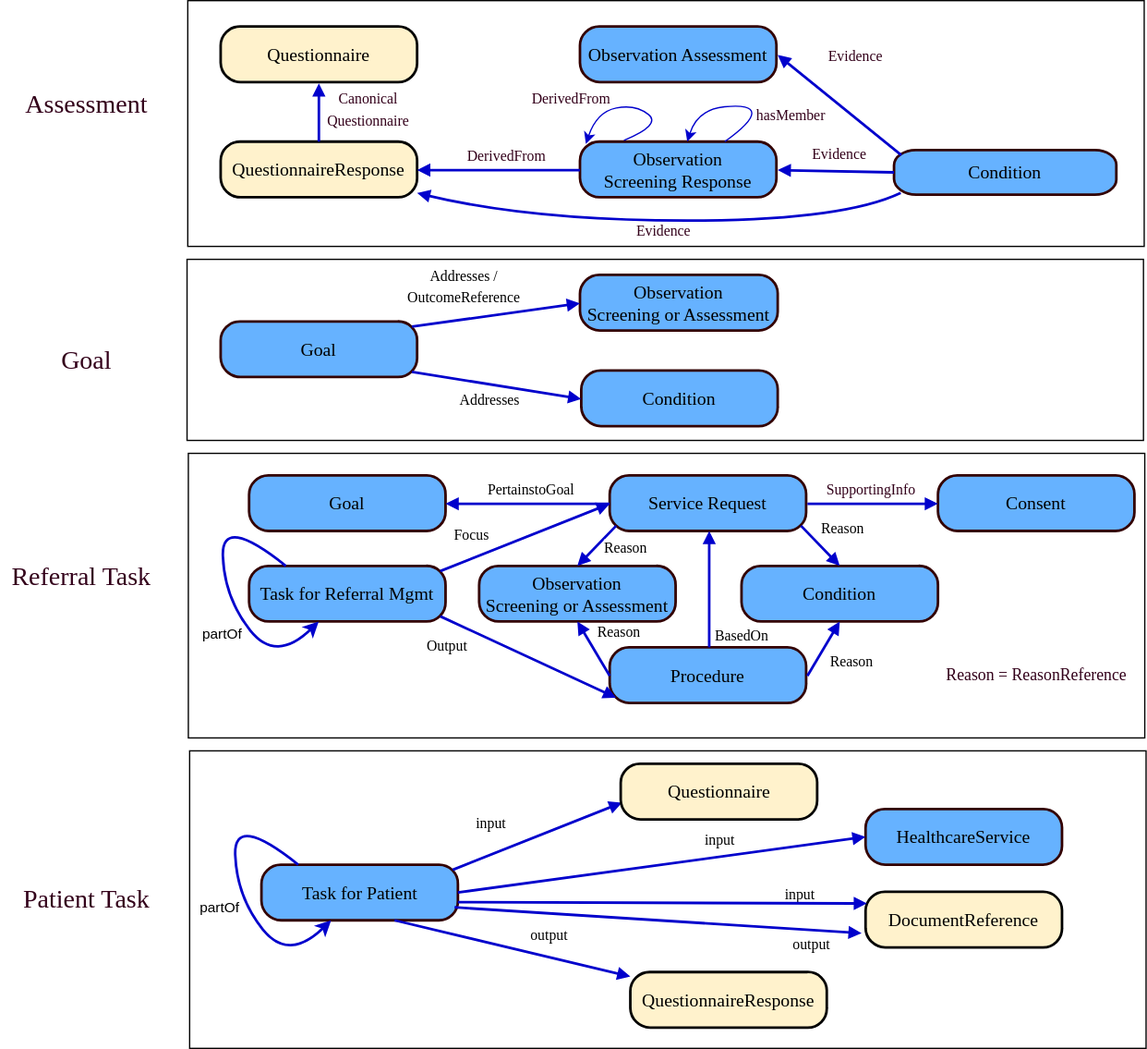
Before: input/images/FHIRModelingV2.svg, a diagram exported from draw.io (HL7/fhir-sdoh-clinicalcare). Source tidied: cells renumbered, new cells last; positions are measured from the earlier drawing's top-left corner, leaving out a move shared by most shapes.
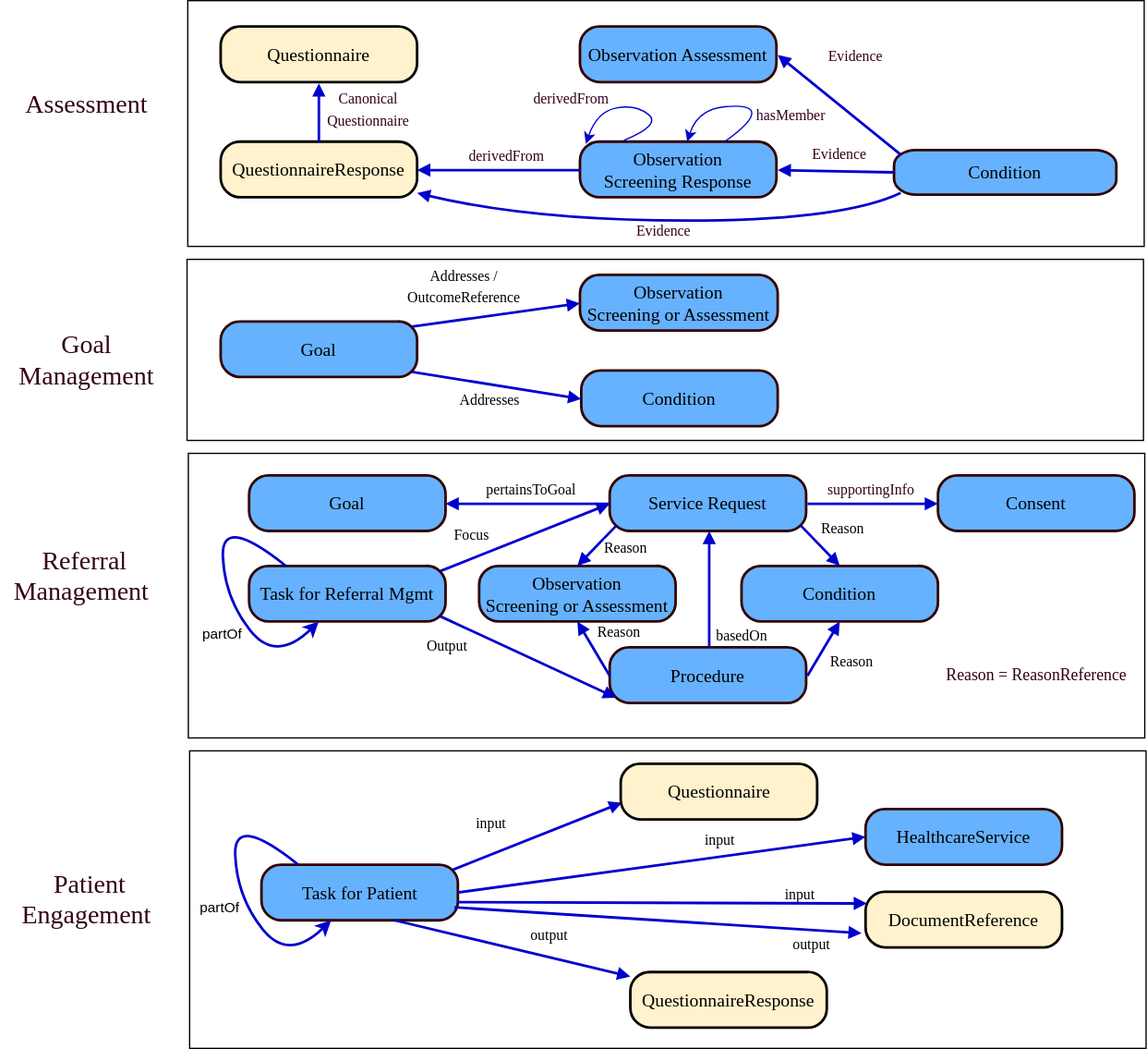
The same file after the commit.

Commit message:
diagram changes per Lloyd

Diff of the diagram source:
```diff
@@ -23,7 +23,7 @@
     <mxCell id="8" value="&lt;div style=&quot;font-size: 1px&quot;&gt;&lt;font style=&quot;font-size:14.11px;font-family:Calibri;color:#000000;direction:ltr;letter-spacing:0px;line-height:120%;opacity:1&quot;&gt;Task for Referral Mgmt&lt;br&gt;&lt;/font&gt;&lt;/div&gt;" style="verticalAlign=middle;align=center;vsdxID=25;fillColor=#66B2FF;gradientColor=none;shape=(stored shape, 328 characters);strokeColor=#330000;strokeWidth=2;points=[[0,0.5,0],[1,0.5,0],[0.5,1,0],[0.5,0,0],[0.03,0.04,0],[0.97,0.04,0],[0.03,0.96,0],[0.97,0.96,0]];labelBackgroundColor=none;rounded=0;html=1;whiteSpace=wrap;" parent="1" vertex="1">
       <mxGeometry x="192" y="437" width="152" height="43" as="geometry" />
     </mxCell>
-    <mxCell id="9" value="&lt;div style=&quot;font-size: 20px;&quot;&gt;&lt;font style=&quot;font-size: 20px; font-family: Calibri; direction: ltr; letter-spacing: 0px; line-height: 120%; opacity: 1;&quot;&gt;Referral Task&amp;nbsp;&lt;br style=&quot;font-size: 20px;&quot;&gt;&lt;/font&gt;&lt;/div&gt;" style="verticalAlign=middle;align=center;vsdxID=91;fillColor=none;gradientColor=none;shape=(stored shape, 160 characters);strokeColor=none;labelBackgroundColor=none;rounded=0;html=1;whiteSpace=wrap;fontSize=20;fontColor=#33001A;" parent="1" vertex="1">
+    <mxCell id="9" value="&lt;div style=&quot;font-size: 20px;&quot;&gt;&lt;font style=&quot;font-size: 20px; font-family: Calibri; direction: ltr; letter-spacing: 0px; line-height: 120%; opacity: 1;&quot;&gt;Referral Management&amp;nbsp;&lt;br style=&quot;font-size: 20px;&quot;&gt;&lt;/font&gt;&lt;/div&gt;" style="verticalAlign=middle;align=center;vsdxID=91;fillColor=none;gradientColor=none;shape=(stored shape, 160 characters);strokeColor=none;labelBackgroundColor=none;rounded=0;html=1;whiteSpace=wrap;fontSize=20;fontColor=#33001A;" parent="1" vertex="1">
       <mxGeometry x="0.4" y="430" width="130" height="28" as="geometry" />
     </mxCell>
     <mxCell id="10" value="&lt;div style=&quot;font-size: 1px&quot;&gt;&lt;font style=&quot;font-size:14.11px;font-family:Calibri;color:#000000;direction:ltr;letter-spacing:0px;line-height:120%;opacity:1&quot;&gt;Observation &lt;br&gt;Screening or Assessment&lt;/font&gt;&lt;/div&gt;" style="verticalAlign=middle;align=center;vsdxID=112;fillColor=#66B2FF;gradientColor=none;shape=(stored shape, 328 characters);strokeColor=#330000;strokeWidth=2;points=[[0,0.5,0],[1,0.5,0],[0.5,1,0],[0.5,0,0],[0.03,0.04,0],[0.97,0.04,0],[0.03,0.96,0],[0.97,0.96,0]];labelBackgroundColor=none;rounded=0;html=1;whiteSpace=wrap;" parent="1" vertex="1">
@@ -81,8 +81,8 @@
         </Array>
       </mxGeometry>
     </mxCell>
-    <mxCell id="24" value="&lt;span style=&quot;color: rgb(0, 0, 0); font-family: Calibri; font-size: 11.29px; background-color: rgb(255, 255, 255);&quot;&gt;BasedOn&lt;/span&gt;" style="text;html=1;align=center;verticalAlign=middle;strokeColor=none;fillColor=none;fontSize=14;fontColor=#33001A;" parent="1" vertex="1">
-      <mxGeometry x="543" y="480" width="60" height="20" as="geometry" />
+    <mxCell id="24" value="&lt;span style=&quot;color: rgb(0, 0, 0); font-family: Calibri; font-size: 11.29px; background-color: rgb(255, 255, 255);&quot;&gt;basedOn&lt;/span&gt;" style="text;html=1;align=center;verticalAlign=middle;strokeColor=none;fillColor=none;fontSize=14;fontColor=#33001A;" parent="1" vertex="1">
+      <mxGeometry x="543" y="475" width="60" height="30" as="geometry" />
     </mxCell>
     <mxCell id="25" value="&lt;span style=&quot;color: rgb(0, 0, 0); font-family: Calibri; font-size: 11.29px; background-color: rgb(255, 255, 255);&quot;&gt;Reason&lt;/span&gt;" style="text;html=1;align=center;verticalAlign=middle;strokeColor=none;fillColor=none;fontSize=14;fontColor=#33001A;" parent="1" vertex="1">
       <mxGeometry x="633" y="500" width="50" height="20" as="geometry" />
@@ -102,11 +102,11 @@
     <mxCell id="30" value="&lt;span style=&quot;color: rgb(0, 0, 0); font-family: Calibri; font-size: 11.29px; background-color: rgb(255, 255, 255);&quot;&gt;Focus&lt;/span&gt;" style="text;html=1;align=center;verticalAlign=middle;strokeColor=none;fillColor=none;fontSize=14;fontColor=#33001A;" parent="1" vertex="1">
       <mxGeometry x="344" y="402" width="40" height="20" as="geometry" />
     </mxCell>
-    <mxCell id="31" value="&lt;span style=&quot;color: rgb(0, 0, 0); font-family: Calibri; font-size: 11.29px; background-color: rgb(255, 255, 255);&quot;&gt;PertainstoGoal&lt;/span&gt;" style="text;html=1;align=center;verticalAlign=middle;strokeColor=none;fillColor=none;fontSize=14;fontColor=#33001A;" parent="1" vertex="1">
-      <mxGeometry x="370" y="367" width="80" height="20" as="geometry" />
+    <mxCell id="31" value="&lt;span style=&quot;color: rgb(0, 0, 0); font-family: Calibri; font-size: 11.29px; background-color: rgb(255, 255, 255);&quot;&gt;pertainsToGoal&lt;/span&gt;" style="text;html=1;align=center;verticalAlign=middle;strokeColor=none;fillColor=none;fontSize=14;fontColor=#33001A;" parent="1" vertex="1">
+      <mxGeometry x="365" y="362" width="90" height="30" as="geometry" />
     </mxCell>
-    <mxCell id="32" value="&lt;span style=&quot;font-family: Calibri; font-size: 11.29px; background-color: rgb(255, 255, 255);&quot;&gt;SupportingInfo&lt;/span&gt;" style="text;html=1;align=center;verticalAlign=middle;strokeColor=none;fillColor=none;fontSize=14;fontColor=#33001A;" parent="1" vertex="1">
-      <mxGeometry x="633" y="367" width="80" height="20" as="geometry" />
+    <mxCell id="32" value="&lt;span style=&quot;font-family: Calibri; font-size: 11.29px; background-color: rgb(255, 255, 255);&quot;&gt;supportingInfo&lt;/span&gt;" style="text;html=1;align=center;verticalAlign=middle;strokeColor=none;fillColor=none;fontSize=14;fontColor=#33001A;" parent="1" vertex="1">
+      <mxGeometry x="628" y="362" width="90" height="30" as="geometry" />
     </mxCell>
     <mxCell id="33" style="rounded=0;whiteSpace=wrap;html=1;fillColor=none;" parent="1" vertex="1">
       <mxGeometry x="146" y="580" width="740" height="230" as="geometry" />
@@ -114,7 +114,7 @@
     <mxCell id="34" value="&lt;div style=&quot;font-size: 1px&quot;&gt;&lt;font style=&quot;font-size:14.11px;font-family:Calibri;color:#000000;direction:ltr;letter-spacing:0px;line-height:120%;opacity:1&quot;&gt;Task for Patient&lt;br&gt;&lt;/font&gt;&lt;/div&gt;" style="verticalAlign=middle;align=center;vsdxID=25;fillColor=#66B2FF;gradientColor=none;shape=(stored shape, 328 characters);strokeColor=#330000;strokeWidth=2;points=[[0,0.5,0],[1,0.5,0],[0.5,1,0],[0.5,0,0],[0.03,0.04,0],[0.97,0.04,0],[0.03,0.96,0],[0.97,0.96,0]];labelBackgroundColor=none;rounded=0;html=1;whiteSpace=wrap;" parent="1" vertex="1">
       <mxGeometry x="201.6" y="668" width="152" height="43" as="geometry" />
     </mxCell>
-    <mxCell id="35" value="&lt;div style=&quot;font-size: 20px;&quot;&gt;&lt;font style=&quot;font-size: 20px; font-family: Calibri; direction: ltr; letter-spacing: 0px; line-height: 120%; opacity: 1;&quot;&gt;Patient Task&amp;nbsp;&lt;br style=&quot;font-size: 20px;&quot;&gt;&lt;/font&gt;&lt;/div&gt;" style="verticalAlign=middle;align=center;vsdxID=91;fillColor=none;gradientColor=none;shape=(stored shape, 160 characters);strokeColor=none;labelBackgroundColor=none;rounded=0;html=1;whiteSpace=wrap;fontSize=20;fontColor=#33001A;" parent="1" vertex="1">
+    <mxCell id="35" value="&lt;div style=&quot;font-size: 20px;&quot;&gt;&lt;font style=&quot;font-size: 20px; font-family: Calibri; direction: ltr; letter-spacing: 0px; line-height: 120%; opacity: 1;&quot;&gt;Patient Engagement&amp;nbsp;&lt;br style=&quot;font-size: 20px;&quot;&gt;&lt;/font&gt;&lt;/div&gt;" style="verticalAlign=middle;align=center;vsdxID=91;fillColor=none;gradientColor=none;shape=(stored shape, 160 characters);strokeColor=none;labelBackgroundColor=none;rounded=0;html=1;whiteSpace=wrap;fontSize=20;fontColor=#33001A;" parent="1" vertex="1">
       <mxGeometry x="4.2" y="680" width="130" height="28" as="geometry" />
     </mxCell>
     <mxCell id="36" value="&lt;div style=&quot;font-size: 1px&quot;&gt;&lt;font style=&quot;font-size:11.29px;font-family:Calibri;color:#000000;direction:ltr;letter-spacing:0px;line-height:120%;opacity:1&quot;&gt;&lt;br&gt;&lt;/font&gt;&lt;/div&gt;" style="vsdxID=26;edgeStyle=none;startArrow=none;endArrow=block;startSize=5;endSize=5;strokeWidth=2;strokeColor=#0000CC;spacingTop=0;spacingBottom=0;spacingLeft=0;spacingRight=0;verticalAlign=middle;html=1;labelBackgroundColor=#ffffff;rounded=0;align=center;exitX=0.9736842105263158;exitY=0.09302325581395349;exitDx=0;exitDy=0;exitPerimeter=0;entryX=0;entryY=0.5116279069767442;entryDx=0;entryDy=0;entryPerimeter=0;" parent="1" edge="1" source="34">
@@ -210,7 +210,7 @@
     <mxCell id="59" value="&lt;div style=&quot;font-size: 1px&quot;&gt;&lt;font style=&quot;font-size:14.11px;font-family:Calibri;color:#000000;direction:ltr;letter-spacing:0px;line-height:120%;opacity:1&quot;&gt;Condition&lt;br/&gt;&lt;/font&gt;&lt;/div&gt;" style="verticalAlign=middle;align=center;vsdxID=102;fillColor=#66B2FF;gradientColor=none;shape=(stored shape, 328 characters);strokeColor=#330000;strokeWidth=2;points=[[0,0.5,0],[1,0.5,0],[0.5,1,0],[0.5,0,0],[0.03,0.04,0],[0.97,0.04,0],[0.03,0.96,0],[0.97,0.96,0]];labelBackgroundColor=none;rounded=0;html=1;whiteSpace=wrap;" parent="1" vertex="1">
       <mxGeometry x="449" y="286" width="152" height="43" as="geometry" />
     </mxCell>
-    <mxCell id="60" value="&lt;div style=&quot;font-size: 20px;&quot;&gt;&lt;font style=&quot;font-size: 20px; font-family: Calibri; direction: ltr; letter-spacing: 0px; line-height: 120%; opacity: 1;&quot;&gt;Goal&lt;br style=&quot;font-size: 20px;&quot;&gt;&lt;/font&gt;&lt;/div&gt;" style="verticalAlign=middle;align=center;vsdxID=109;fillColor=none;gradientColor=none;shape=(stored shape, 160 characters);strokeColor=none;labelBackgroundColor=none;rounded=0;html=1;whiteSpace=wrap;fontSize=20;fontColor=#33001A;" parent="1" vertex="1">
+    <mxCell id="60" value="&lt;div style=&quot;font-size: 20px;&quot;&gt;&lt;font style=&quot;font-size: 20px; font-family: Calibri; direction: ltr; letter-spacing: 0px; line-height: 120%; opacity: 1;&quot;&gt;Goal Management&lt;br style=&quot;font-size: 20px;&quot;&gt;&lt;/font&gt;&lt;/div&gt;" style="verticalAlign=middle;align=center;vsdxID=109;fillColor=none;gradientColor=none;shape=(stored shape, 160 characters);strokeColor=none;labelBackgroundColor=none;rounded=0;html=1;whiteSpace=wrap;fontSize=20;fontColor=#33001A;" parent="1" vertex="1">
       <mxGeometry x="39.5" y="263" width="53" height="28" as="geometry" />
     </mxCell>
     <mxCell id="61" value="&lt;div style=&quot;font-size: 1px&quot;&gt;&lt;font style=&quot;font-size:11.29px;font-family:Calibri;color:#000000;direction:ltr;letter-spacing:0px;line-height:120%;opacity:1&quot;&gt;&lt;br&gt;&lt;/font&gt;&lt;/div&gt;" style="vsdxID=104;edgeStyle=none;startArrow=none;endArrow=block;startSize=5;endSize=5;strokeWidth=2;strokeColor=#0000CC;spacingTop=0;spacingBottom=0;spacingLeft=0;spacingRight=0;verticalAlign=middle;html=1;labelBackgroundColor=#ffffff;rounded=0;align=center;exitX=0.9736842105263158;exitY=0.9069767441860465;exitDx=0;exitDy=0;exitPerimeter=0;entryX=0;entryY=0.5116279069767442;entryDx=0;entryDy=0;entryPerimeter=0;" parent="1" edge="1" source="54" target="59">
@@ -254,8 +254,8 @@
     <mxCell id="69" value="&lt;meta charset=&quot;utf-8&quot;&gt;&lt;span style=&quot;color: rgb(51, 0, 26); font-family: Calibri; font-size: 11.29px; font-style: normal; font-variant-ligatures: normal; font-variant-caps: normal; font-weight: 400; letter-spacing: normal; orphans: 2; text-align: center; text-indent: 0px; text-transform: none; widows: 2; word-spacing: 0px; -webkit-text-stroke-width: 0px; background-color: rgb(255, 255, 255); text-decoration-thickness: initial; text-decoration-style: initial; text-decoration-color: initial; float: none; display: inline !important;&quot;&gt;Evidence&lt;/span&gt;" style="text;whiteSpace=wrap;html=1;fontSize=14;fontColor=#33001A;" parent="1" vertex="1">
       <mxGeometry x="626" y="103" width="70" height="30" as="geometry" />
     </mxCell>
-    <mxCell id="70" value="&lt;span style=&quot;font-family: Calibri; font-size: 11.29px; background-color: rgb(255, 255, 255);&quot;&gt;DerivedFrom&lt;/span&gt;" style="text;html=1;align=center;verticalAlign=middle;strokeColor=none;fillColor=none;fontSize=14;fontColor=#33001A;" parent="1" vertex="1">
-      <mxGeometry x="401" y="65" width="80" height="20" as="geometry" />
+    <mxCell id="70" value="&lt;span style=&quot;font-family: Calibri; font-size: 11.29px; background-color: rgb(255, 255, 255);&quot;&gt;derivedFrom&lt;/span&gt;" style="text;html=1;align=center;verticalAlign=middle;strokeColor=none;fillColor=none;fontSize=14;fontColor=#33001A;" parent="1" vertex="1">
+      <mxGeometry x="401" y="60" width="80" height="30" as="geometry" />
     </mxCell>
     <mxCell id="71" value="&lt;span style=&quot;font-family: Calibri; font-size: 11.29px; background-color: rgb(255, 255, 255);&quot;&gt;Canonical&lt;/span&gt;&lt;br style=&quot;font-family: Calibri; font-size: 11.29px; background-color: rgb(255, 255, 255);&quot;&gt;&lt;span style=&quot;font-family: Calibri; font-size: 11.29px; background-color: rgb(255, 255, 255);&quot;&gt;Questionnaire&lt;/span&gt;" style="text;html=1;align=center;verticalAlign=middle;strokeColor=none;fillColor=none;fontSize=14;fontColor=#33001A;" parent="1" vertex="1">
       <mxGeometry x="244" y="63" width="80" height="40" as="geometry" />
@@ -266,8 +266,8 @@
     <mxCell id="73" value="&lt;span style=&quot;color: rgb(0, 0, 0); font-family: Calibri; font-size: 11.29px; background-color: rgb(255, 255, 255);&quot;&gt;Addresses /&lt;/span&gt;&lt;br style=&quot;color: rgb(0, 0, 0); font-family: Calibri; font-size: 11.29px; background-color: rgb(255, 255, 255);&quot;&gt;&lt;span style=&quot;color: rgb(0, 0, 0); font-family: Calibri; font-size: 11.29px; background-color: rgb(255, 255, 255);&quot;&gt;OutcomeReference&lt;/span&gt;" style="text;html=1;align=center;verticalAlign=middle;strokeColor=none;fillColor=none;fontSize=14;fontColor=#33001A;" parent="1" vertex="1">
       <mxGeometry x="308" y="200" width="100" height="40" as="geometry" />
     </mxCell>
-    <mxCell id="74" value="&lt;span style=&quot;font-family: Calibri; font-size: 11.29px; background-color: rgb(255, 255, 255);&quot;&gt;DerivedFrom&lt;/span&gt;" style="text;html=1;align=center;verticalAlign=middle;strokeColor=none;fillColor=none;fontSize=14;fontColor=#33001A;" parent="1" vertex="1">
-      <mxGeometry x="351" y="109" width="80" height="20" as="geometry" />
+    <mxCell id="74" value="&lt;span style=&quot;font-family: Calibri; font-size: 11.29px; background-color: rgb(255, 255, 255);&quot;&gt;derivedFrom&lt;/span&gt;" style="text;html=1;align=center;verticalAlign=middle;strokeColor=none;fillColor=none;fontSize=14;fontColor=#33001A;" parent="1" vertex="1">
+      <mxGeometry x="351" y="104" width="80" height="30" as="geometry" />
     </mxCell>
     <mxCell id="75" value="&lt;span style=&quot;font-family: Calibri; font-size: 11.29px; background-color: rgb(255, 255, 255);&quot;&gt;hasMember&lt;/span&gt;" style="text;html=1;align=center;verticalAlign=middle;strokeColor=none;fillColor=none;fontSize=14;fontColor=#33001A;" parent="1" vertex="1">
       <mxGeometry x="571" y="73" width="80" height="30" as="geometry" />
```
